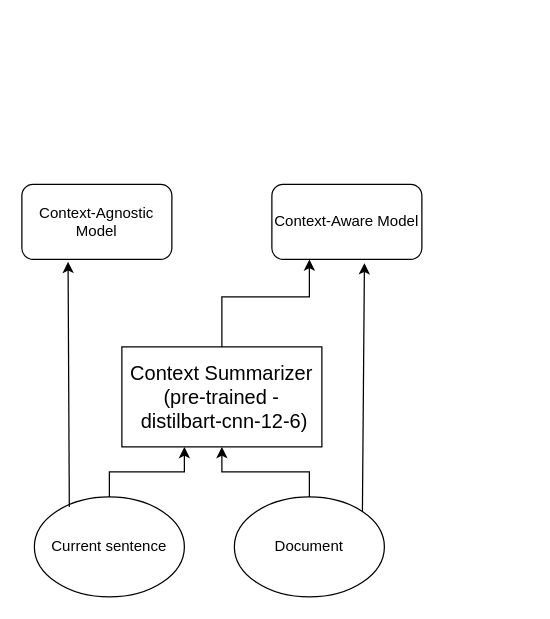
Before: ctx summary.drawio in babangain/drawio, a draw.io diagram. Source tidied: cells renumbered, new cells numbered last; positions are measured from the earlier drawing's top-left corner, leaving out a move shared by most shapes. Both pictures are drawn from the tidied source at 125%, with x=0, y=0 at pixel (21, 184).
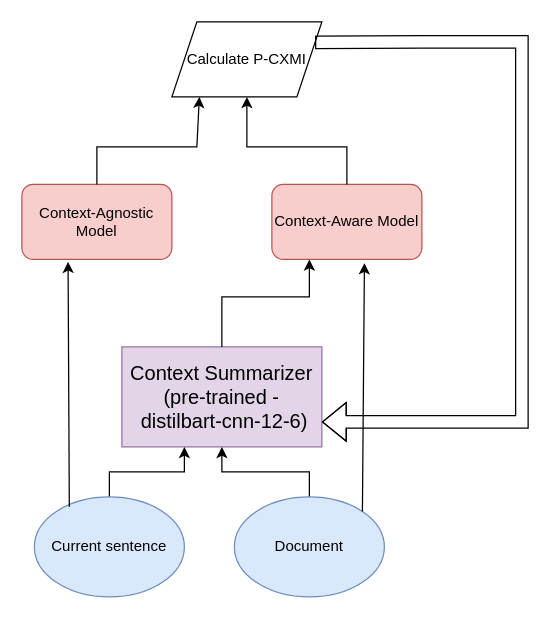
The same diagram, later.

What changed in the source:
```diff
@@
-    <mxCell id="2" value="&lt;font style=&quot;font-size: 16px;&quot;&gt;Context Summarizer&lt;br&gt;(pre-trained -&amp;nbsp;distilbart-cnn-12-6)&lt;br&gt;&lt;/font&gt;" style="rounded=0;whiteSpace=wrap;html=1;" parent="1" vertex="1">
+    <mxCell id="2" value="&lt;font style=&quot;font-size: 16px;&quot;&gt;Context Summarizer&lt;br&gt;(pre-trained -&amp;nbsp;distilbart-cnn-12-6)&lt;br&gt;&lt;/font&gt;" style="rounded=0;whiteSpace=wrap;html=1;fillColor=#e1d5e7;strokeColor=#9673a6;" parent="1" vertex="1">
       <mxGeometry x="80" y="130" width="160" height="80" as="geometry" />
     </mxCell>
@@
-    <mxCell id="4" value="Current sentence" style="ellipse;whiteSpace=wrap;html=1;" parent="1" vertex="1">
+    <mxCell id="4" value="Current sentence" style="ellipse;whiteSpace=wrap;html=1;fillColor=#dae8fc;strokeColor=#6c8ebf;" parent="1" vertex="1">
       <mxGeometry x="10" y="250" width="120" height="80" as="geometry" />
     </mxCell>
@@
-    <mxCell id="6" value="Document" style="ellipse;whiteSpace=wrap;html=1;" parent="1" vertex="1">
+    <mxCell id="6" value="Document" style="ellipse;whiteSpace=wrap;html=1;fillColor=#dae8fc;strokeColor=#6c8ebf;" parent="1" vertex="1">
       <mxGeometry x="170" y="250" width="120" height="80" as="geometry" />
     </mxCell>
-    <mxCell id="7" value="Context-Aware Model" style="rounded=1;whiteSpace=wrap;html=1;" parent="1" vertex="1">
+    <mxCell id="7" value="Context-Aware Model" style="rounded=1;whiteSpace=wrap;html=1;fillColor=#f8cecc;strokeColor=#b85450;" parent="1" vertex="1">
       <mxGeometry x="200" width="120" height="60" as="geometry" />
     </mxCell>
@@
-    <mxCell id="10" value="Context-Agnostic Model" style="rounded=1;whiteSpace=wrap;html=1;" parent="1" vertex="1">
+    <mxCell id="10" value="Context-Agnostic Model" style="rounded=1;whiteSpace=wrap;html=1;fillColor=#f8cecc;strokeColor=#b85450;" parent="1" vertex="1">
       <mxGeometry width="120" height="60" as="geometry" />
     </mxCell>
@@
+    <mxCell id="12" value="Calculate P-CXMI" style="shape=parallelogram;perimeter=parallelogramPerimeter;whiteSpace=wrap;html=1;fixedSize=1;" parent="1" vertex="1">
+      <mxGeometry x="120" y="-130" width="120" height="60" as="geometry" />
+    </mxCell>
+    <mxCell id="13" style="endArrow=classic;html=1;rounded=0;exitX=0.5;exitY=0;exitDx=0;exitDy=0;" parent="1" edge="1" source="10">
+      <mxGeometry relative="1" as="geometry">
+        <mxPoint x="142" y="-70" as="targetPoint" />
+        <Array as="points">
+          <mxPoint x="60" y="-30" />
+          <mxPoint x="140" y="-30" />
+        </Array>
+      </mxGeometry>
+    </mxCell>
+    <mxCell id="14" style="endArrow=classic;html=1;rounded=0;exitX=0.5;exitY=0;exitDx=0;exitDy=0;entryX=0.5;entryY=1;entryDx=0;entryDy=0;" parent="1" edge="1" source="7" target="12">
+      <mxGeometry relative="1" as="geometry">
+        <Array as="points">
+          <mxPoint x="260" y="-30" />
+          <mxPoint x="180" y="-30" />
+        </Array>
+      </mxGeometry>
+    </mxCell>
+    <mxCell id="15" style="shape=flexArrow;endArrow=classic;html=1;rounded=0;exitX=1;exitY=0.25;exitDx=0;exitDy=0;entryX=1;entryY=0.75;entryDx=0;entryDy=0;" parent="1" edge="1" source="12" target="2">
+      <mxGeometry relative="1" as="geometry">
+        <Array as="points">
+          <mxPoint x="320" y="-114" />
+          <mxPoint x="400" y="-114" />
+          <mxPoint x="400" y="190" />
+        </Array>
+      </mxGeometry>
+    </mxCell>
```
